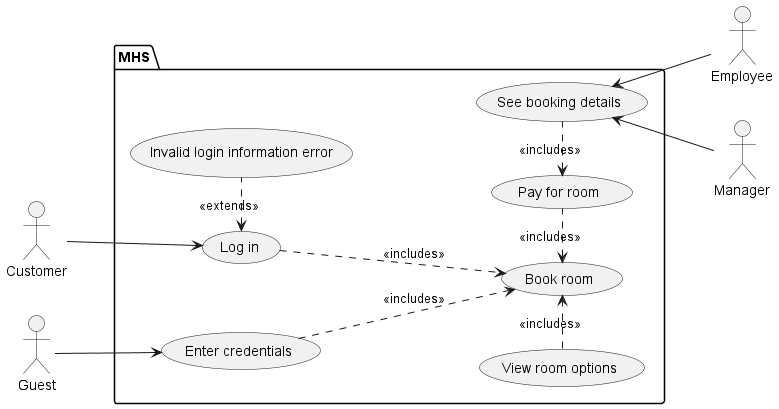
This is documentation/UMLDiagrams/FR2UCDiagram.png from notkaramel/ECSE321-Mar1HotelSystem, a PlantUML export, as it was before one commit.
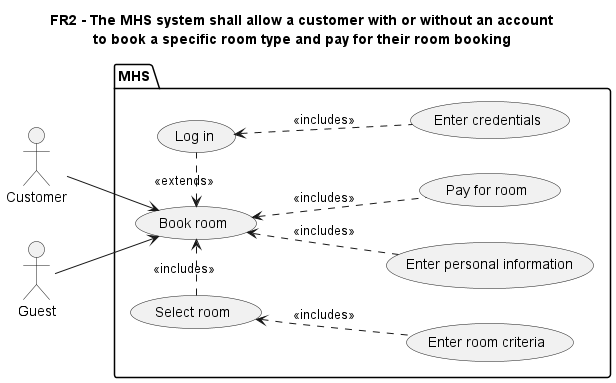
Later version of the same file.

What changed in the source:
```diff
@@ -1,31 +1,31 @@
 @startuml CustomerUC
+title
+FR2 - The MHS system shall allow a customer with or without an account
+to book a specific room type and pay for their room booking
+end title
 
 left to right direction
 
 :Customer: as customer
-:Employee: as employee
-:Manager: as manager
 :Guest: as guest
 
 package MHS {
     (Book room) as UC1
-    (View room options) as UC2
+    (Select room) as UC2
     (Pay for room) as UC3
-    (See booking details) as UC4
+    (Enter personal information) as UC4
     (Log in) as UC5
     (Enter credentials) as UC6
-    (Invalid login information error) as UC7
+    (Enter room criteria) as UC7
 }
 
-customer --> UC5
+customer --> UC1
 UC2 -right.> UC1: <<includes>>
-UC3 -left.> UC1: <<includes>>
-UC4 -left.> UC3: <<includes>>
-guest --> UC6
-employee -up-> UC4
-manager -up-> UC4
-UC7 -left.> UC5: <<extends>>
-UC5 -.> UC1: <<includes>>
-UC6 -.> UC1: <<includes>>
+UC3 -up.> UC1: <<includes>>
+guest --> UC1
+UC4 -up.> UC1: <<includes>>
+UC5 -left.> UC1: <<extends>>
+UC6 -up.> UC5: <<includes>>
+UC7 -up.> UC2: <<includes>>
 
 @enduml
```
